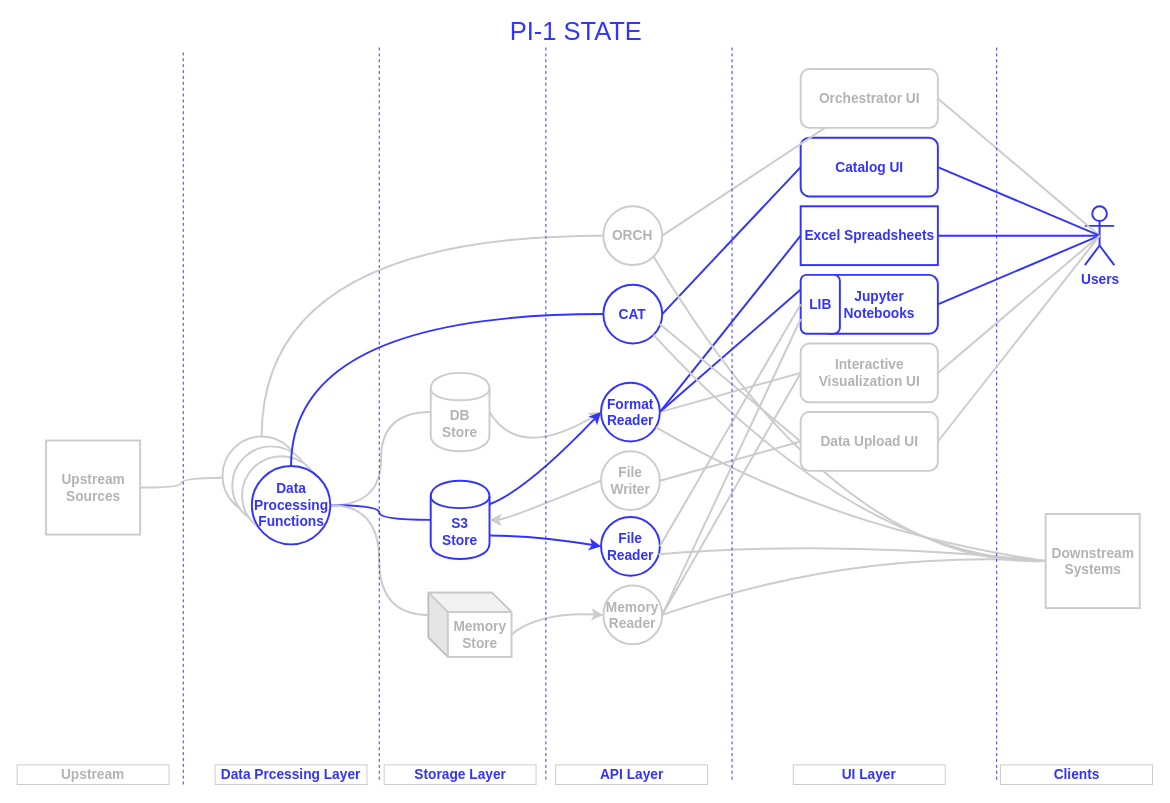
This is light-pi1-state.drawio from victor-kolesnikov/light-design, a draw.io file, before an edit. Source tidied: cells renumbered, new cells numbered last; positions are measured from the earlier drawing's top-left corner, leaving out a move shared by most shapes. Both pictures are drawn from the tidied source at 98%, with x=0, y=0 at pixel (17, 22).
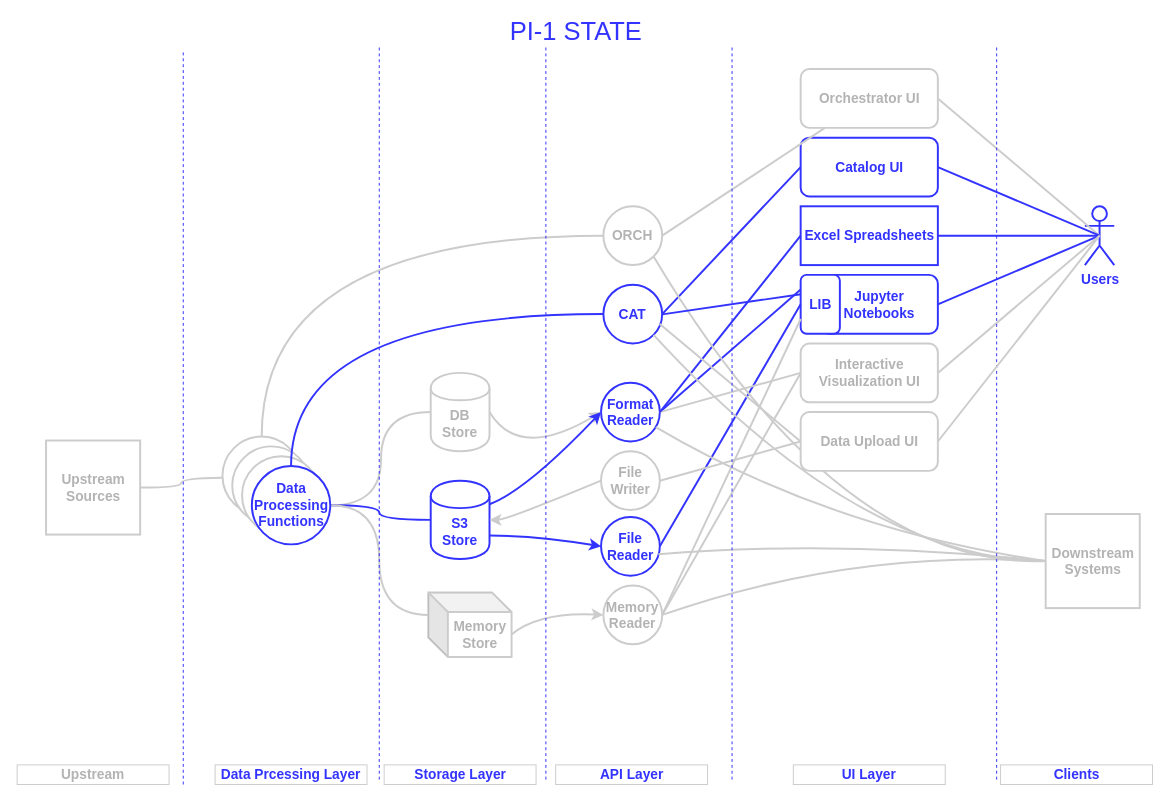
After the change.

Unchanged cells that the change refers to:
```xml
<mxCell id="6" value="&lt;div&gt;&lt;font style=&quot;font-size: 14px&quot;&gt;&lt;b&gt;&lt;font style=&quot;font-size: 14px&quot;&gt;File&lt;/font&gt;&lt;/b&gt;&lt;/font&gt;&lt;/div&gt;&lt;div&gt;&lt;font style=&quot;font-size: 14px&quot;&gt;&lt;b&gt;&lt;font style=&quot;font-size: 14px&quot;&gt;Reader&lt;/font&gt;&lt;/b&gt;&lt;/font&gt;&lt;/div&gt;" style="ellipse;whiteSpace=wrap;html=1;strokeColor=#3333FF;strokeWidth=2;fillColor=#FFFFFF;fontColor=#3333FF;" parent="1" vertex="1">
  <mxGeometry x="595.8" y="505" width="60" height="60" as="geometry" />
</mxCell>
<mxCell id="23" value="&lt;font&gt;&lt;b&gt;&lt;font style=&quot;font-size: 14px&quot;&gt;LIB&lt;/font&gt;&lt;/b&gt;&lt;/font&gt;" style="rounded=1;whiteSpace=wrap;html=1;strokeColor=#3333FF;strokeWidth=2;fillColor=#FFFFFF;fontColor=#3333FF;" parent="1" vertex="1">
  <mxGeometry x="799.5" y="258" width="40" height="60" as="geometry" />
</mxCell>
```

The edit, as a diff of the source:
```diff
@@
-    <mxCell id="24" style="endArrow=none;html=1;strokeColor=#CCCCCC;strokeWidth=2;exitX=1;exitY=0.5;exitDx=0;exitDy=0;entryX=0;entryY=0.5;entryDx=0;entryDy=0;endFill=0;fontColor=#B3B3B3;" parent="1" edge="1" source="6" target="23">
+    <mxCell id="24" style="endArrow=none;html=1;strokeColor=#3333FF;strokeWidth=2;exitX=1;exitY=0.5;exitDx=0;exitDy=0;entryX=0;entryY=0.5;entryDx=0;entryDy=0;endFill=0;fontColor=#B3B3B3;" parent="1" edge="1" source="6" target="23">
       <mxGeometry relative="1" as="geometry" />
     </mxCell>
@@
+    <mxCell id="69" style="endArrow=none;html=1;strokeColor=#3333FF;strokeWidth=2;entryX=0;entryY=0.25;entryDx=0;entryDy=0;endFill=0;" parent="1" edge="1">
+      <mxGeometry relative="1" as="geometry">
+        <mxPoint x="658.3" y="298.3" as="sourcePoint" />
+        <mxPoint x="799.8" y="277.7" as="targetPoint" />
+      </mxGeometry>
+    </mxCell>
```
